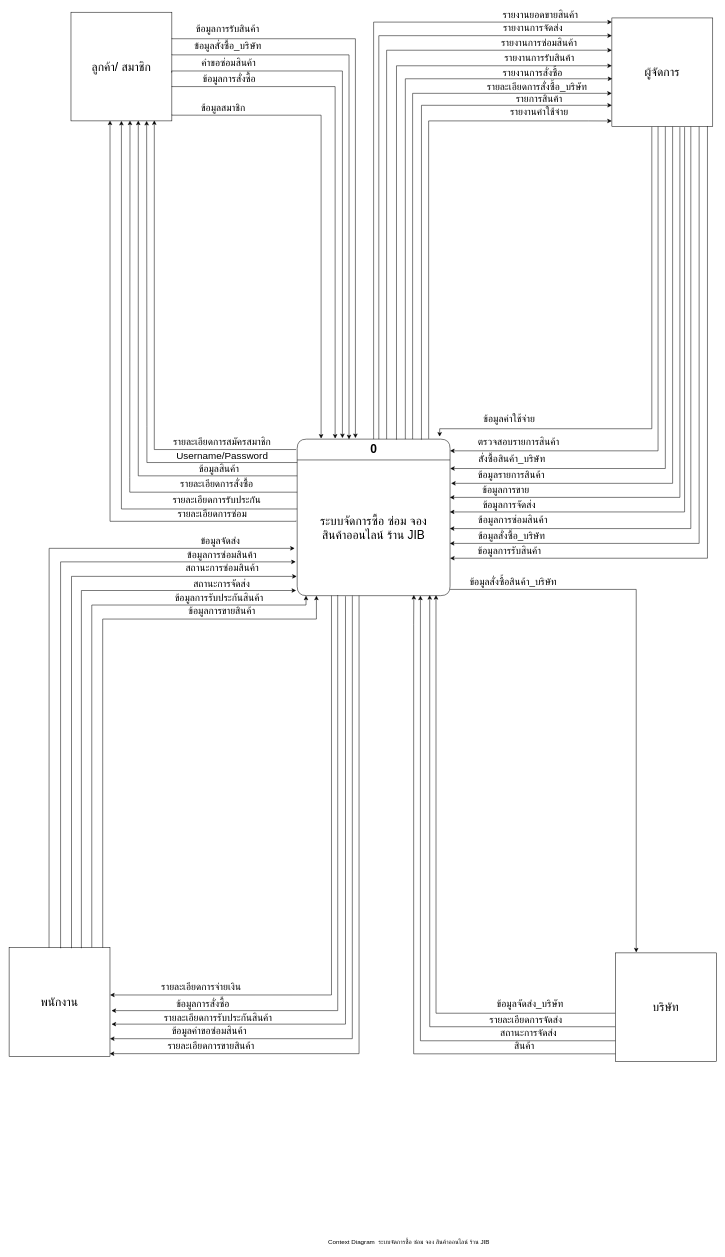
The draw.io diagram Untitled Diagram.drawio in tonparin/SomkidDiagram, before the edit. Source tidied: cells renumbered, new cells numbered last; positions are measured from the earlier drawing's top-left corner, leaving out a move shared by most shapes. Both pictures are drawn from the tidied source at 52%, with x=0, y=0 at pixel (9, 9).
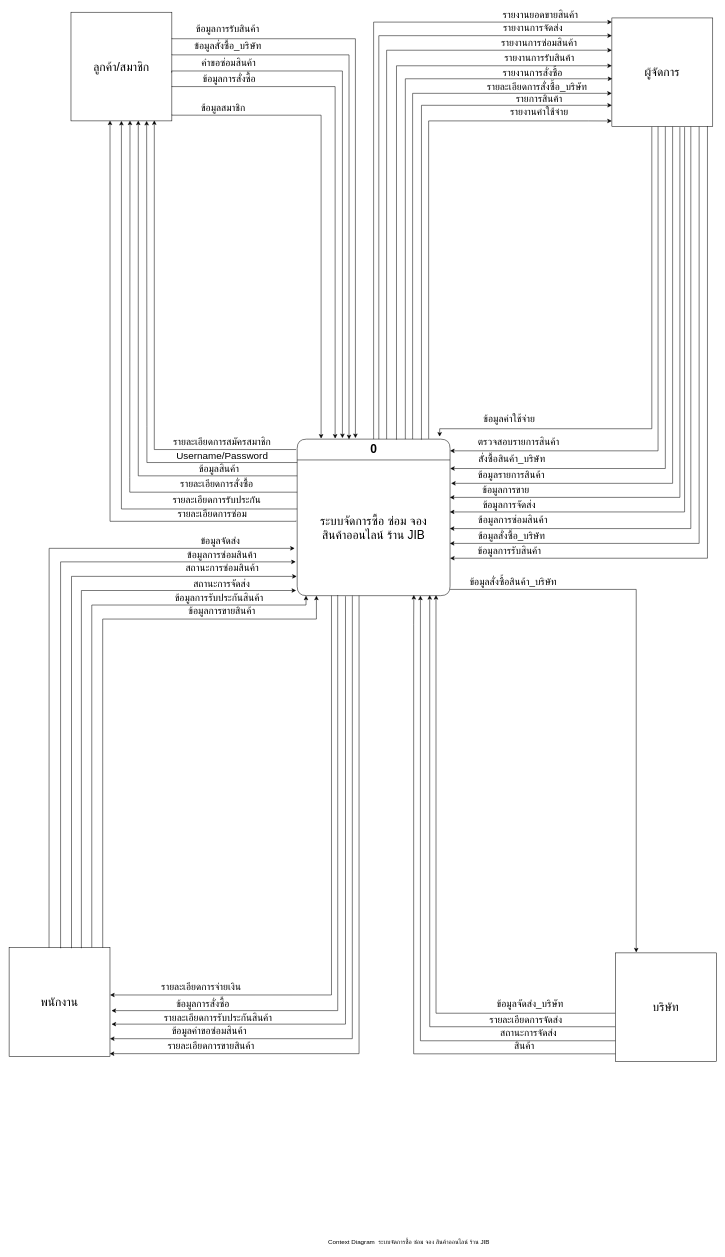
The same diagram, later.

Diff of the diagram source:
```diff
@@
-    <mxCell id="2" value="ลูกค้า/ สมาชิก" style="rounded=0;whiteSpace=wrap;html=1;fontSize=23;" parent="1" vertex="1">
+    <mxCell id="2" value="ลูกค้า/สมาชิก" style="rounded=0;whiteSpace=wrap;html=1;fontSize=23;" parent="1" vertex="1">
       <mxGeometry x="119" y="5" width="194" height="209" as="geometry" />
     </mxCell>
```
